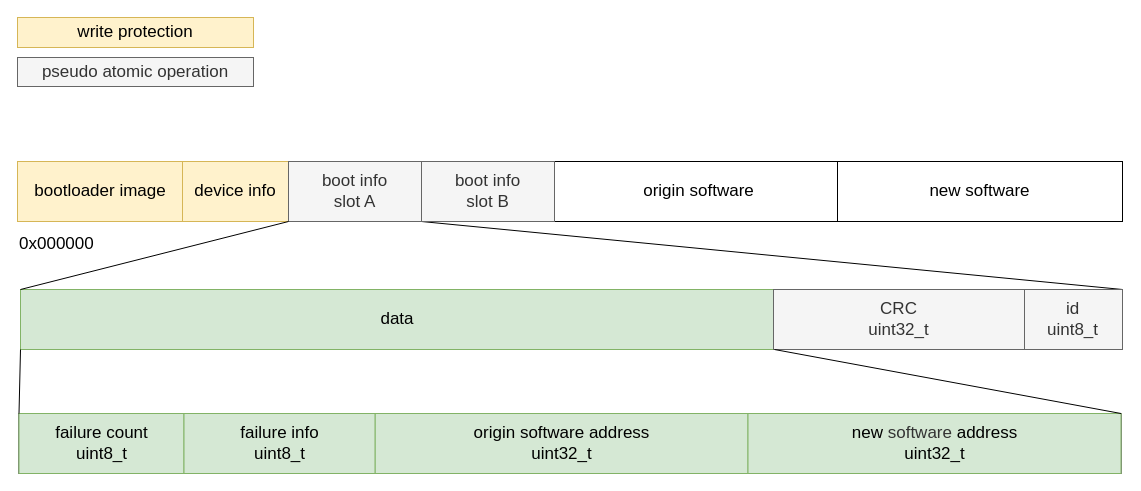
Above: schematic/05-sw-flash-structure.drawio in petrkucerak/diplom-thesis (draw.io), before the change. Source tidied: cells renumbered, new cells numbered last; positions are measured from the earlier drawing's top-left corner, leaving out a move shared by most shapes. Both pictures are drawn from the tidied source at 100%, with x=0, y=0 at pixel (17, 17).
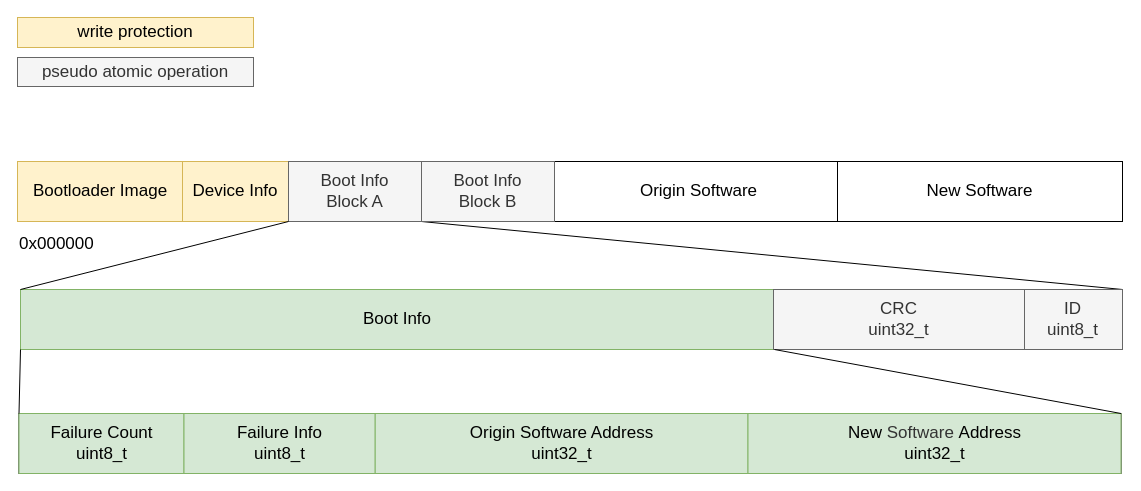
Above is the later version.

The edit, as a diff of the source:
```diff
@@
-    <mxCell id="3" value="bootloader image" style="rounded=0;whiteSpace=wrap;html=1;fontSize=17;fillColor=#fff2cc;strokeColor=#d6b656;" parent="1" vertex="1">
+    <mxCell id="3" value="Bootloader Image" style="rounded=0;whiteSpace=wrap;html=1;fontSize=17;fillColor=#fff2cc;strokeColor=#d6b656;" parent="1" vertex="1">
       <mxGeometry y="144" width="166" height="60" as="geometry" />
     </mxCell>
-    <mxCell id="4" value="device info" style="rounded=0;whiteSpace=wrap;html=1;fontSize=17;fillColor=#fff2cc;strokeColor=#d6b656;" parent="1" vertex="1">
+    <mxCell id="4" value="Device Info" style="rounded=0;whiteSpace=wrap;html=1;fontSize=17;fillColor=#fff2cc;strokeColor=#d6b656;" parent="1" vertex="1">
       <mxGeometry x="165" y="144" width="106" height="60" as="geometry" />
     </mxCell>
-    <mxCell id="5" value="&lt;span style=&quot;color: rgb(0, 0, 0);&quot;&gt;origin&amp;nbsp;&lt;/span&gt;software" style="rounded=0;whiteSpace=wrap;html=1;fontSize=17;" parent="1" vertex="1">
+    <mxCell id="5" value="&lt;span style=&quot;color: rgb(0, 0, 0);&quot;&gt;Origin&amp;nbsp;&lt;/span&gt;Software" style="rounded=0;whiteSpace=wrap;html=1;fontSize=17;" parent="1" vertex="1">
       <mxGeometry x="537" y="144" width="289" height="60" as="geometry" />
     </mxCell>
-    <mxCell id="6" value="&lt;span style=&quot;color: rgb(0, 0, 0);&quot;&gt;new&amp;nbsp;&lt;/span&gt;software" style="rounded=0;whiteSpace=wrap;html=1;fontSize=17;" parent="1" vertex="1">
+    <mxCell id="6" value="&lt;span style=&quot;color: rgb(0, 0, 0);&quot;&gt;New&amp;nbsp;&lt;/span&gt;Software" style="rounded=0;whiteSpace=wrap;html=1;fontSize=17;" parent="1" vertex="1">
       <mxGeometry x="820" y="144" width="285" height="60" as="geometry" />
     </mxCell>
@@
-    <mxCell id="8" value="data" style="rounded=0;whiteSpace=wrap;html=1;fillColor=#d5e8d4;strokeColor=#82b366;fontSize=17;" parent="1" vertex="1">
+    <mxCell id="8" value="Boot Info" style="rounded=0;whiteSpace=wrap;html=1;fillColor=#d5e8d4;strokeColor=#82b366;fontSize=17;" parent="1" vertex="1">
       <mxGeometry x="3" y="272" width="754" height="60" as="geometry" />
     </mxCell>
@@
-    <mxCell id="10" value="boot info&lt;div&gt;slot A&lt;/div&gt;" style="rounded=0;whiteSpace=wrap;html=1;fillColor=#f5f5f5;fontColor=#333333;strokeColor=#666666;fontSize=17;" parent="1" vertex="1">
+    <mxCell id="10" value="Boot Info&lt;div&gt;Block A&lt;/div&gt;" style="rounded=0;whiteSpace=wrap;html=1;fillColor=#f5f5f5;fontColor=#333333;strokeColor=#666666;fontSize=17;" parent="1" vertex="1">
       <mxGeometry x="271" y="144" width="133" height="60" as="geometry" />
     </mxCell>
@@
-    <mxCell id="16" value="failure count&lt;div&gt;uint8_t&lt;/div&gt;" style="rounded=0;whiteSpace=wrap;html=1;fillColor=#d5e8d4;strokeColor=#82b366;fontSize=17;" parent="1" vertex="1">
+    <mxCell id="16" value="Failure Count&lt;div&gt;uint8_t&lt;/div&gt;" style="rounded=0;whiteSpace=wrap;html=1;fillColor=#d5e8d4;strokeColor=#82b366;fontSize=17;" parent="1" vertex="1">
       <mxGeometry x="1.5" y="396" width="165" height="60" as="geometry" />
     </mxCell>
-    <mxCell id="17" value="origin software address&lt;div&gt;uint32_t&lt;/div&gt;" style="rounded=0;whiteSpace=wrap;html=1;fillColor=#d5e8d4;strokeColor=#82b366;fontSize=17;" parent="1" vertex="1">
+    <mxCell id="17" value="Origin Software Address&lt;div&gt;uint32_t&lt;/div&gt;" style="rounded=0;whiteSpace=wrap;html=1;fillColor=#d5e8d4;strokeColor=#82b366;fontSize=17;" parent="1" vertex="1">
       <mxGeometry x="357.5" y="396" width="373" height="60" as="geometry" />
     </mxCell>
-    <mxCell id="18" value="new&amp;nbsp;&lt;span style=&quot;color: rgb(51, 51, 51);&quot;&gt;software&amp;nbsp;&lt;/span&gt;address&lt;div&gt;uint32_t&lt;/div&gt;" style="rounded=0;whiteSpace=wrap;html=1;fillColor=#d5e8d4;strokeColor=#82b366;fontSize=17;" parent="1" vertex="1">
+    <mxCell id="18" value="New&amp;nbsp;&lt;span style=&quot;color: rgb(51, 51, 51);&quot;&gt;Software&amp;nbsp;&lt;/span&gt;Address&lt;div&gt;uint32_t&lt;/div&gt;" style="rounded=0;whiteSpace=wrap;html=1;fillColor=#d5e8d4;strokeColor=#82b366;fontSize=17;" parent="1" vertex="1">
       <mxGeometry x="730.5" y="396" width="373" height="60" as="geometry" />
     </mxCell>
-    <mxCell id="19" value="failure info&lt;br&gt;&lt;div&gt;uint8_t&lt;/div&gt;" style="rounded=0;whiteSpace=wrap;html=1;fillColor=#d5e8d4;strokeColor=#82b366;fontSize=17;" parent="1" vertex="1">
+    <mxCell id="19" value="Failure Info&lt;br&gt;&lt;div&gt;uint8_t&lt;/div&gt;" style="rounded=0;whiteSpace=wrap;html=1;fillColor=#d5e8d4;strokeColor=#82b366;fontSize=17;" parent="1" vertex="1">
       <mxGeometry x="166.5" y="396" width="191" height="60" as="geometry" />
     </mxCell>
-    <mxCell id="20" value="id&lt;br&gt;uint8_t" style="rounded=0;whiteSpace=wrap;html=1;fillColor=#f5f5f5;fontColor=#333333;strokeColor=#666666;fontSize=17;" parent="1" vertex="1">
+    <mxCell id="20" value="ID&lt;br&gt;uint8_t" style="rounded=0;whiteSpace=wrap;html=1;fillColor=#f5f5f5;fontColor=#333333;strokeColor=#666666;fontSize=17;" parent="1" vertex="1">
       <mxGeometry x="1006" y="272" width="99" height="60" as="geometry" />
     </mxCell>
@@
-    <mxCell id="24" value="boot info&lt;div&gt;slot B&lt;/div&gt;" style="rounded=0;whiteSpace=wrap;html=1;fillColor=#f5f5f5;fontColor=#333333;strokeColor=#666666;fontSize=17;" parent="1" vertex="1">
+    <mxCell id="24" value="Boot Info&lt;div&gt;Block B&lt;/div&gt;" style="rounded=0;whiteSpace=wrap;html=1;fillColor=#f5f5f5;fontColor=#333333;strokeColor=#666666;fontSize=17;" parent="1" vertex="1">
       <mxGeometry x="404" y="144" width="133" height="60" as="geometry" />
     </mxCell>
```
